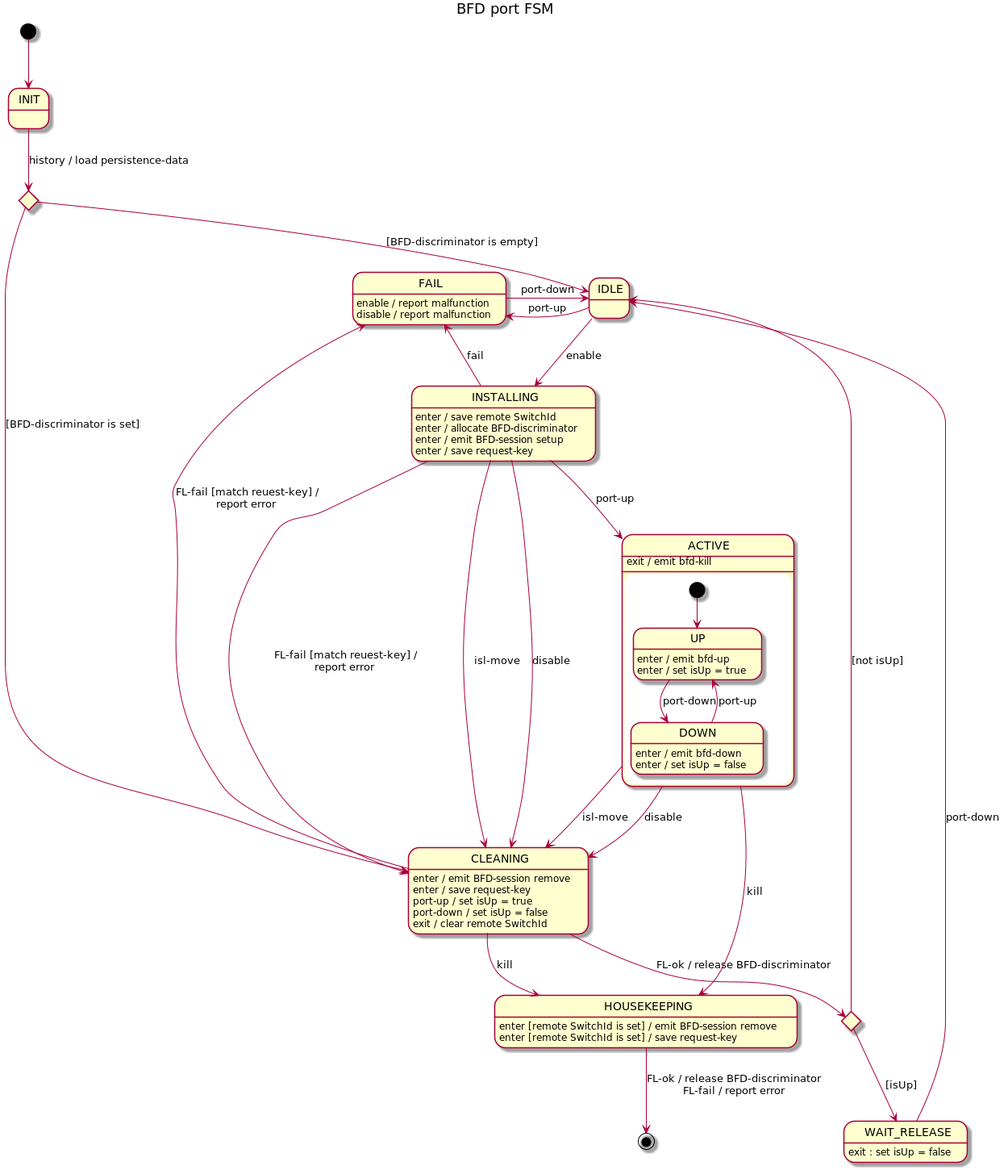
telstra/open-kilda keeps this PlantUML diagram as docs/design/network-discovery/bfd-port-FSM.png. Above is the earlier version.
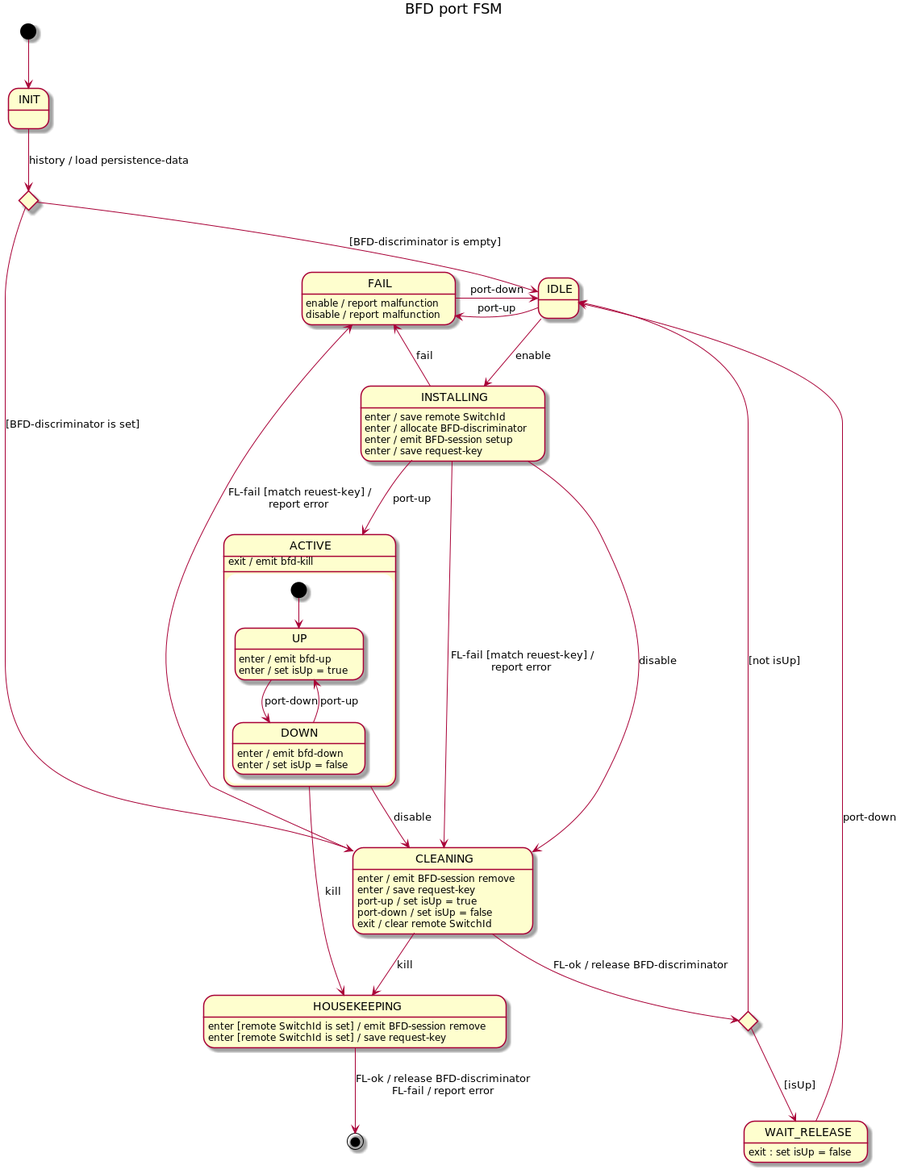
The same file after the commit.

What changed in the source:
```diff
@@ -14,7 +14,6 @@
 
 INSTALLING --> ACTIVE : port-up
 INSTALLING --> CLEANING : FL-fail [match reuest-key] /\nreport error
-INSTALLING --> CLEANING : isl-move
 INSTALLING --> CLEANING : disable
 INSTALLING --> FAIL : fail
 INSTALLING : enter / save remote SwitchId
@@ -50,7 +49,6 @@
     DOWN : enter / emit bfd-down
     DOWN : enter / set isUp = false
 }
-ACTIVE --> CLEANING : isl-move
 ACTIVE --> CLEANING : disable
 ACTIVE --> HOUSEKEEPING : kill
 ACTIVE : exit / emit bfd-kill
```
